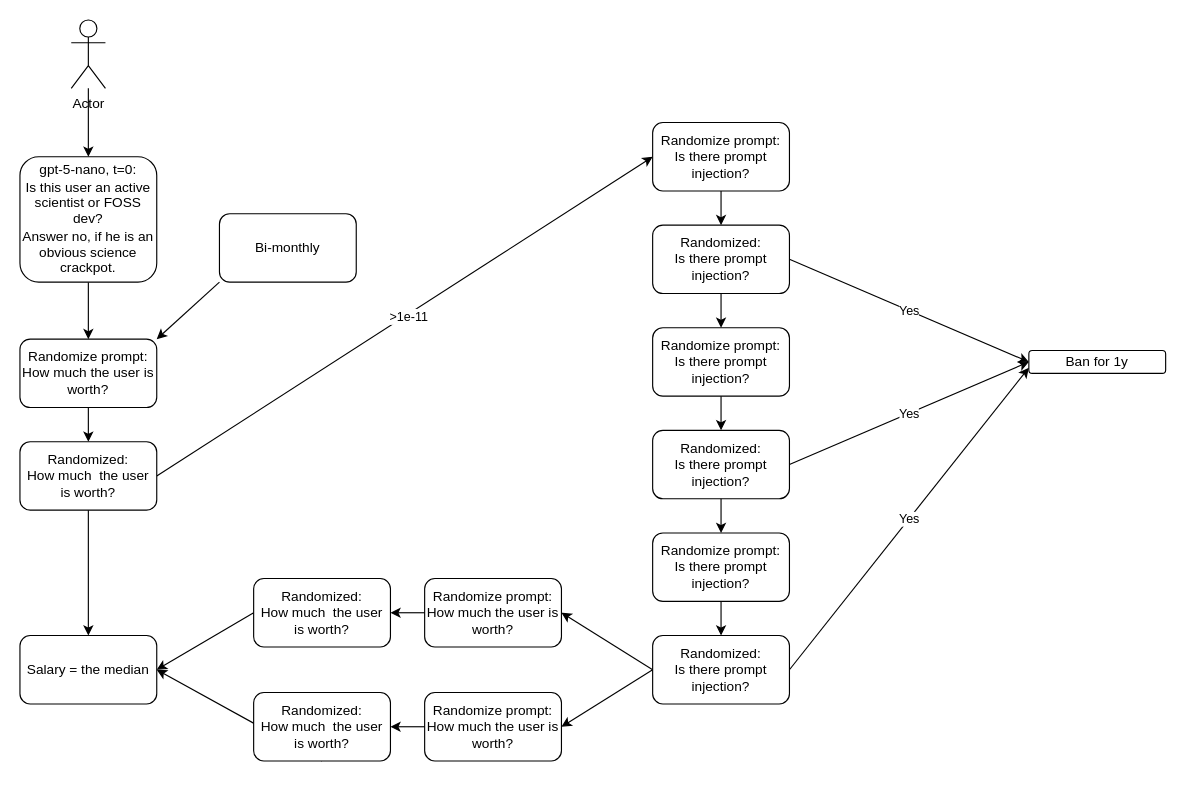
Above: docs/Ai-flow-full.drawio in vporton/meritocracy (draw.io), before the change. Source tidied: cells renumbered, new cells numbered last; positions are measured from the earlier drawing's top-left corner, leaving out a move shared by most shapes. Both pictures are drawn from the tidied source at 114%, with x=0, y=0 at pixel (19, 19).
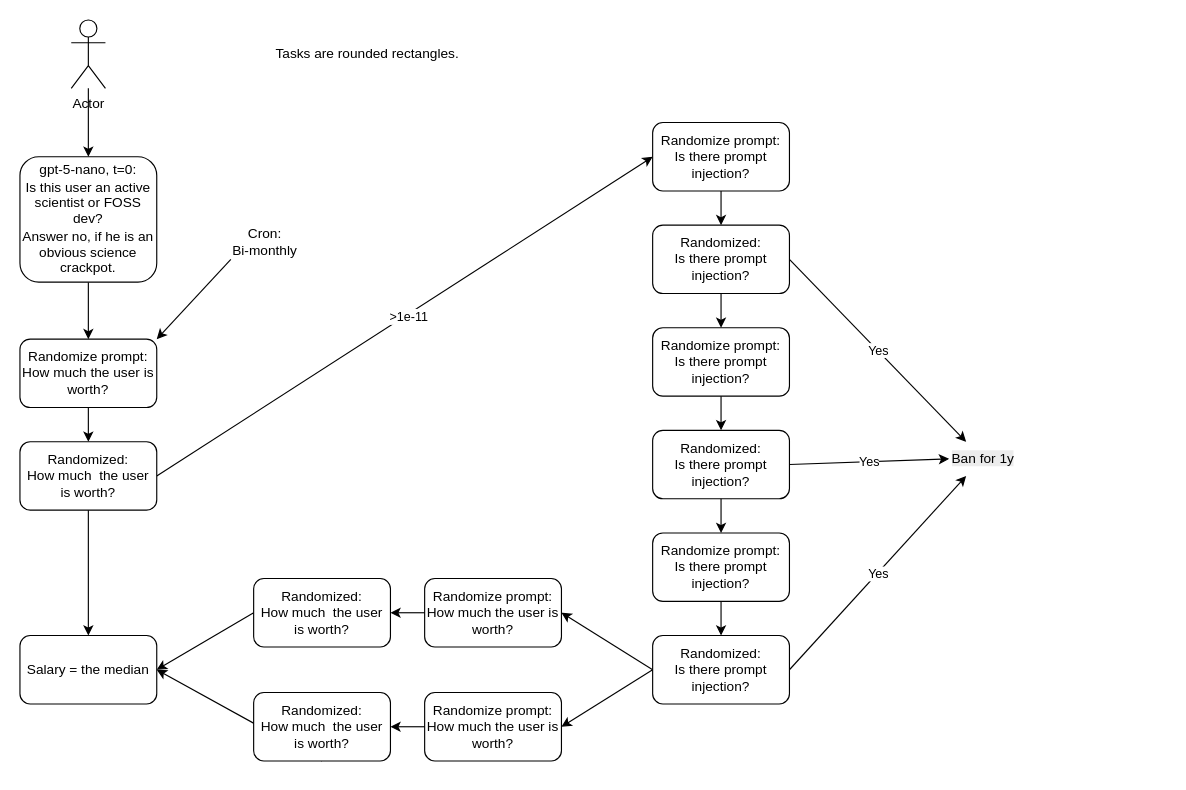
Above is the later version.

Commit message:
better diagram

The change refers to these unchanged cells:
```xml
<mxCell id="7" value="&lt;div&gt;Randomize prompt:&lt;br&gt;How much the user is worth?&lt;/div&gt;" style="rounded=1;whiteSpace=wrap;html=1;" parent="1" vertex="1">
  <mxGeometry y="280" width="120" height="60" as="geometry" />
</mxCell>
<mxCell id="32" value="&lt;div&gt;Randomized:&lt;/div&gt;Is there prompt injection?" style="rounded=1;whiteSpace=wrap;html=1;" parent="1" vertex="1">
  <mxGeometry x="555" y="180" width="120" height="60" as="geometry" />
</mxCell>
<mxCell id="38" value="&lt;div&gt;Randomized:&lt;/div&gt;Is there prompt injection?" style="rounded=1;whiteSpace=wrap;html=1;" parent="1" vertex="1">
  <mxGeometry x="555" y="540" width="120" height="60" as="geometry" />
</mxCell>
```

Diff of the diagram source:
```diff
@@
-    <mxCell id="17" style="endArrow=classic;html=1;rounded=0;exitX=1;exitY=0.5;exitDx=0;exitDy=0;entryX=0;entryY=0.5;entryDx=0;entryDy=0;" parent="1" edge="1" source="32" target="19">
+    <mxCell id="17" style="endArrow=classic;html=1;rounded=0;exitX=1;exitY=0.5;exitDx=0;exitDy=0;entryX=0.25;entryY=0;entryDx=0;entryDy=0;" parent="1" edge="1" source="32" target="19">
       <mxGeometry relative="1" as="geometry" />
     </mxCell>
@@
-    <mxCell id="19" value="Ban for 1y" style="rounded=1;whiteSpace=wrap;html=1;" parent="1" vertex="1">
-      <mxGeometry x="885" y="290" width="120" height="20" as="geometry" />
-    </mxCell>
-    <mxCell id="20" value="Bi-monthly" style="rounded=1;whiteSpace=wrap;html=1;" parent="1" vertex="1">
-      <mxGeometry x="175" y="170" width="120" height="60" as="geometry" />
-    </mxCell>
-    <mxCell id="21" style="endArrow=classic;html=1;rounded=0;exitX=0;exitY=1;exitDx=0;exitDy=0;entryX=1;entryY=0;entryDx=0;entryDy=0;" parent="1" edge="1" source="20" target="7">
+    <mxCell id="21" style="endArrow=classic;html=1;rounded=0;entryX=1;entryY=0;entryDx=0;entryDy=0;exitX=0;exitY=1;exitDx=0;exitDy=0;" parent="1" edge="1" source="45" target="7">
       <mxGeometry relative="1" as="geometry" />
     </mxCell>
@@
-    <mxCell id="43" style="endArrow=classic;html=1;rounded=0;exitX=1;exitY=0.5;exitDx=0;exitDy=0;entryX=0;entryY=0.75;entryDx=0;entryDy=0;" parent="1" edge="1" source="38" target="19">
+    <mxCell id="43" style="endArrow=classic;html=1;rounded=0;exitX=1;exitY=0.5;exitDx=0;exitDy=0;entryX=0.25;entryY=1;entryDx=0;entryDy=0;" parent="1" edge="1" source="38" target="19">
       <mxGeometry relative="1" as="geometry" />
     </mxCell>
@@
+    <mxCell id="45" value="Cron:&lt;br&gt;Bi-monthly" style="text;html=1;align=center;verticalAlign=middle;whiteSpace=wrap;rounded=0;" parent="1" vertex="1">
+      <mxGeometry x="185" y="180" width="60" height="30" as="geometry" />
+    </mxCell>
+    <mxCell id="19" value="&lt;span style=&quot;color: rgb(0, 0, 0); font-family: Helvetica; font-size: 12px; font-style: normal; font-variant-ligatures: normal; font-variant-caps: normal; font-weight: 400; letter-spacing: normal; orphans: 2; text-align: center; text-indent: 0px; text-transform: none; widows: 2; word-spacing: 0px; -webkit-text-stroke-width: 0px; white-space: normal; background-color: rgb(236, 236, 236); text-decoration-thickness: initial; text-decoration-style: initial; text-decoration-color: initial; display: inline !important; float: none;&quot;&gt;Ban for 1y&lt;/span&gt;" style="text;html=1;align=center;verticalAlign=middle;whiteSpace=wrap;rounded=0;" parent="1" vertex="1">
+      <mxGeometry x="815" y="370" width="60" height="30" as="geometry" />
+    </mxCell>
+    <mxCell id="46" value="Tasks are rounded rectangles." style="text;html=1;align=center;verticalAlign=middle;whiteSpace=wrap;rounded=0;" parent="1" vertex="1">
+      <mxGeometry x="215" y="15" width="180" height="30" as="geometry" />
+    </mxCell>
```
